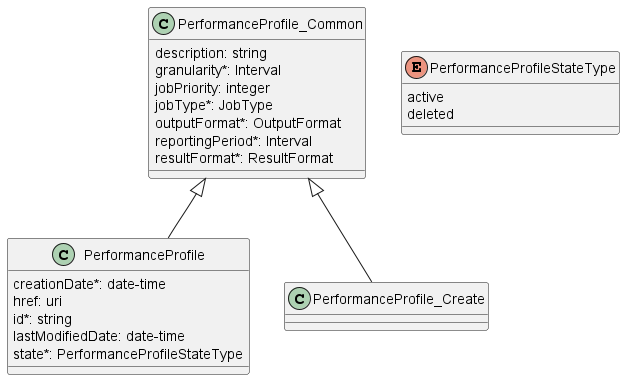
This is documentation/serviceApi/pm/performance/media/performanceProfileModel.png from MEF-GIT/MEF-LSO-Legato-SDK, a PlantUML export, as it was before one commit.
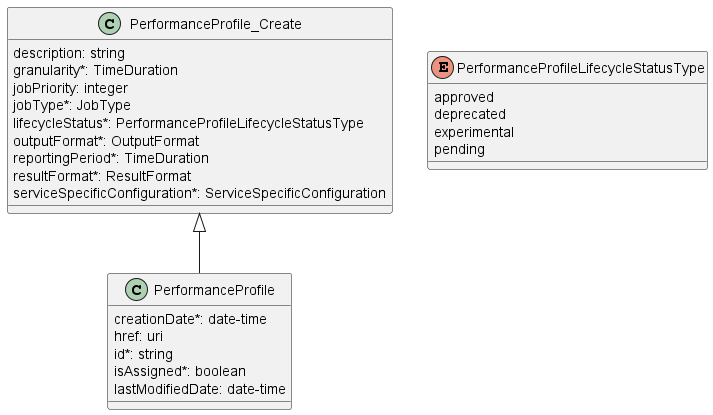
The same file after the commit.

Diff of the diagram source:
```diff
@@ -5,32 +5,31 @@
     creationDate*: date-time
     href: uri
     id*: string
+    isAssigned*: boolean
     lastModifiedDate: date-time
-    state*: PerformanceProfileStateType
 }
 
-PerformanceProfile_Common <|-- PerformanceProfile
-
-
-enum PerformanceProfileStateType {
-    active
-    deleted
-}
-class PerformanceProfile_Common {
-    description: string
-    granularity*: Interval
-    jobPriority: integer
-    jobType*: JobType
-    outputFormat*: OutputFormat
-    reportingPeriod*: Interval
-    resultFormat*: ResultFormat
-}
-
+PerformanceProfile_Create <|-- PerformanceProfile
 
 class PerformanceProfile_Create {
 
+    description: string
+    granularity*: TimeDuration
+    jobPriority: integer
+    jobType*: JobType
+    lifecycleStatus*: PerformanceProfileLifecycleStatusType
+    outputFormat*: OutputFormat
+    reportingPeriod*: TimeDuration
+    resultFormat*: ResultFormat
+    serviceSpecificConfiguration*: ServiceSpecificConfiguration
 }
 
-PerformanceProfile_Common <|-- PerformanceProfile_Create
+enum PerformanceProfileLifecycleStatusType {
+
+    approved
+    deprecated
+    experimental
+    pending
+}
 
 @enduml
```
